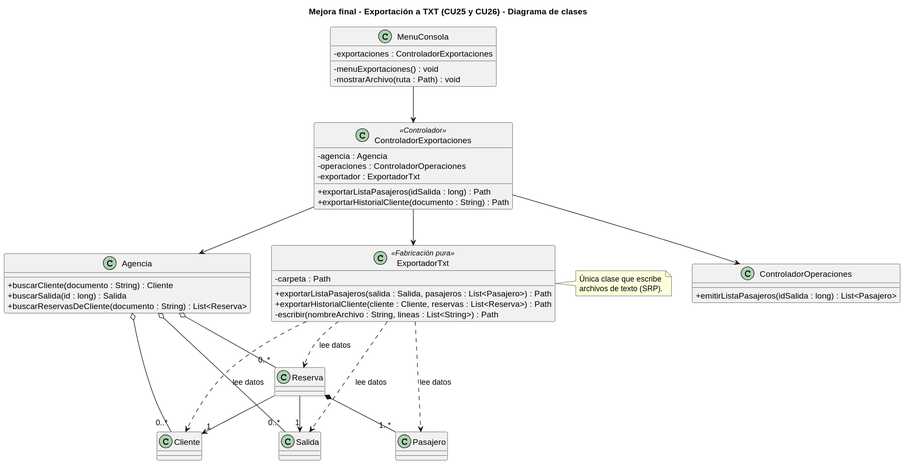
CarlosDanielOK/Avion keeps this PlantUML diagram as docs/uml/06-clases-mejora-final.svg. Above is the earlier version.
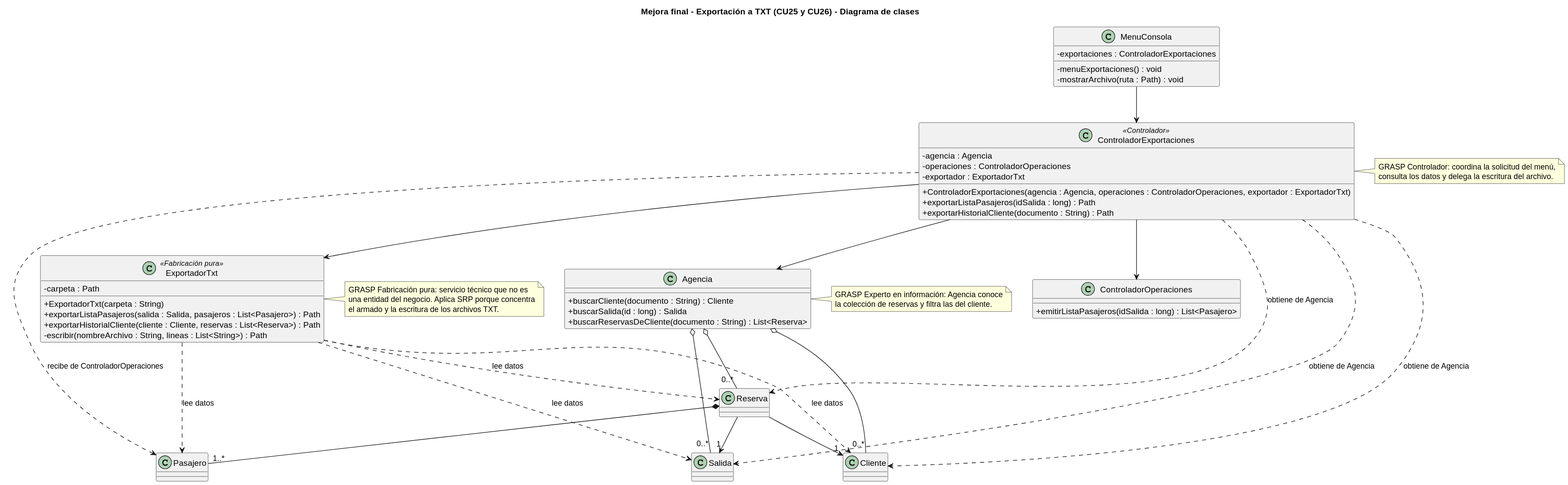
Later version of the same file.

Commit message:
diagrama uml mejora

Change to the diagram source:
```diff
@@ -12,12 +12,14 @@
   - agencia : Agencia
   - operaciones : ControladorOperaciones
   - exportador : ExportadorTxt
+  + ControladorExportaciones(agencia : Agencia, operaciones : ControladorOperaciones, exportador : ExportadorTxt)
   + exportarListaPasajeros(idSalida : long) : Path
   + exportarHistorialCliente(documento : String) : Path
 }
 
 class ExportadorTxt <<Fabricación pura>> {
   - carpeta : Path
+  + ExportadorTxt(carpeta : String)
   + exportarListaPasajeros(salida : Salida, pasajeros : List<Pasajero>) : Path
   + exportarHistorialCliente(cliente : Cliente, reservas : List<Reserva>) : Path
   - escribir(nombreArchivo : String, lineas : List<String>) : Path
@@ -42,6 +44,10 @@
 ControladorExportaciones --> Agencia
 ControladorExportaciones --> ControladorOperaciones
 ControladorExportaciones --> ExportadorTxt
+ControladorExportaciones ..> Salida : obtiene de Agencia
+ControladorExportaciones ..> Cliente : obtiene de Agencia
+ControladorExportaciones ..> Pasajero : recibe de ControladorOperaciones
+ControladorExportaciones ..> Reserva : obtiene de Agencia
 ExportadorTxt ..> Salida : lee datos
 ExportadorTxt ..> Cliente : lee datos
 ExportadorTxt ..> Reserva : lee datos
@@ -53,8 +59,19 @@
 Reserva --> "1" Salida
 Reserva *-- "1..*" Pasajero
 
+note right of Agencia
+  GRASP Experto en información: Agencia conoce
+  la colección de reservas y filtra las del cliente.
+end note
+
+note right of ControladorExportaciones
+  GRASP Controlador: coordina la solicitud del menú,
+  consulta los datos y delega la escritura del archivo.
+end note
+
 note right of ExportadorTxt
-  Única clase que escribe
-  archivos de texto (SRP).
+  GRASP Fabricación pura: servicio técnico que no es
+  una entidad del negocio. Aplica SRP porque concentra
+  el armado y la escritura de los archivos TXT.
 end note
 @enduml
```
